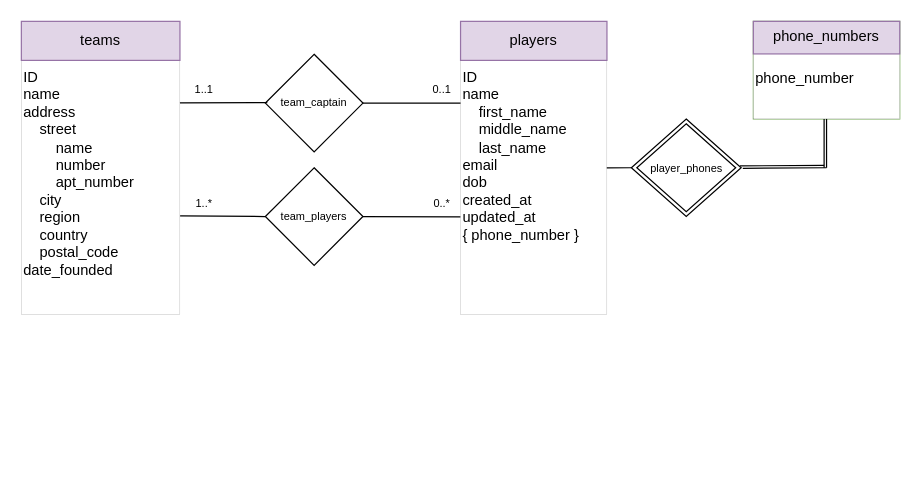
Above: Untitled Diagram.drawio in sureninnorise/DB_DIAGRAMS (draw.io), before the change. Source tidied: cells renumbered, new cells numbered last; positions are measured from the earlier drawing's top-left corner, leaving out a move shared by most shapes. Both pictures are drawn from the tidied source at 122%, with x=0, y=0 at pixel (21, 21).
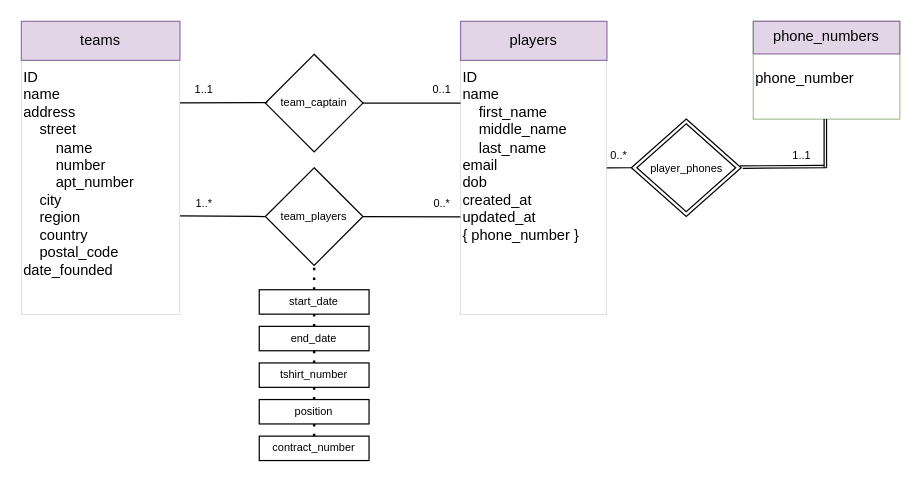
The same page after the edit.

The change refers to these unchanged cells:
```xml
<mxCell id="7" style="group;" parent="1" vertex="1">
  <mxGeometry width="130" height="240" as="geometry" />
</mxCell>
<mxCell id="30" value="team_players" style="rhombus;whiteSpace=wrap;html=1;fontSize=9;strokeWidth=1;align=center;verticalAlign=middle;" parent="1" vertex="1">
  <mxGeometry x="200" y="120" width="80" height="80" as="geometry" />
</mxCell>
```

Diff of the diagram source:
```diff
@@
-    <mxCell id="11" value="ID&lt;br&gt;name&lt;br&gt;address&lt;br&gt;&amp;nbsp; &amp;nbsp; street&lt;br&gt;&amp;nbsp; &amp;nbsp; &amp;nbsp; &amp;nbsp; name&lt;br&gt;&lt;span&gt;&lt;/span&gt;&lt;span&gt;&lt;/span&gt;&amp;nbsp; &amp;nbsp; &amp;nbsp; &amp;nbsp;&amp;nbsp;number&lt;br&gt;&lt;span&gt;&lt;/span&gt;&lt;span&gt;&lt;/span&gt;&amp;nbsp; &amp;nbsp; &amp;nbsp; &amp;nbsp;&amp;nbsp;apt_number&lt;br&gt;&lt;span&gt;&lt;/span&gt;&amp;nbsp; &amp;nbsp;&amp;nbsp;city&lt;span&gt;&#9;&lt;/span&gt;&lt;br&gt;&lt;span&gt;&lt;/span&gt;&amp;nbsp; &amp;nbsp;&amp;nbsp;region&lt;br&gt;&lt;span&gt;&lt;/span&gt;&amp;nbsp; &amp;nbsp;&amp;nbsp;country&lt;br&gt;&lt;span&gt;&lt;/span&gt;&amp;nbsp; &amp;nbsp;&amp;nbsp;postal_code&lt;br&gt;date_founded" style="text;html=1;strokeColor=none;fillColor=none;align=left;verticalAlign=top;whiteSpace=wrap;rounded=0;" parent="7" vertex="1">
+    <mxCell id="11" value="ID&lt;br&gt;name&lt;br&gt;address&lt;br&gt;&amp;nbsp; &amp;nbsp; street&lt;br&gt;&amp;nbsp; &amp;nbsp; &amp;nbsp; &amp;nbsp; name&lt;br&gt;&lt;span&gt;&lt;/span&gt;&lt;span&gt;&lt;/span&gt;&amp;nbsp; &amp;nbsp; &amp;nbsp; &amp;nbsp;&amp;nbsp;number&lt;br&gt;&lt;span&gt;&lt;/span&gt;&lt;span&gt;&lt;/span&gt;&amp;nbsp; &amp;nbsp; &amp;nbsp; &amp;nbsp;&amp;nbsp;apt_number&lt;br&gt;&lt;span&gt;&lt;/span&gt;&amp;nbsp; &amp;nbsp;&amp;nbsp;city&lt;span&gt; &lt;/span&gt;&lt;br&gt;&lt;span&gt;&lt;/span&gt;&amp;nbsp; &amp;nbsp;&amp;nbsp;region&lt;br&gt;&lt;span&gt;&lt;/span&gt;&amp;nbsp; &amp;nbsp;&amp;nbsp;country&lt;br&gt;&lt;span&gt;&lt;/span&gt;&amp;nbsp; &amp;nbsp;&amp;nbsp;postal_code&lt;br&gt;date_founded" style="text;html=1;strokeColor=none;fillColor=none;align=left;verticalAlign=top;whiteSpace=wrap;rounded=0;" parent="7" vertex="1">
       <mxGeometry y="32" width="130" height="208" as="geometry" />
     </mxCell>
@@
+    <mxCell id="35" value="0..*" style="text;html=1;strokeColor=none;fillColor=none;align=center;verticalAlign=middle;whiteSpace=wrap;rounded=0;fontSize=9;" parent="1" vertex="1">
+      <mxGeometry x="480" y="100" width="20" height="20" as="geometry" />
+    </mxCell>
+    <mxCell id="36" value="1..1" style="text;html=1;strokeColor=none;fillColor=none;align=center;verticalAlign=middle;whiteSpace=wrap;rounded=0;fontSize=9;" parent="1" vertex="1">
+      <mxGeometry x="630" y="100" width="20" height="20" as="geometry" />
+    </mxCell>
+    <mxCell id="37" value="start_date" style="rounded=0;whiteSpace=wrap;html=1;fontSize=9;strokeWidth=1;align=center;verticalAlign=middle;" parent="1" vertex="1">
+      <mxGeometry x="195" y="220" width="90" height="20" as="geometry" />
+    </mxCell>
+    <mxCell id="38" style="endArrow=none;dashed=1;html=1;dashPattern=1 3;strokeWidth=2;rounded=0;fontSize=9;entryX=0.5;entryY=1;entryDx=0;entryDy=0;exitX=0.5;exitY=0;exitDx=0;exitDy=0;" parent="1" edge="1" source="37" target="30">
+      <mxGeometry relative="1" as="geometry" />
+    </mxCell>
+    <mxCell id="39" value="end_date" style="rounded=0;whiteSpace=wrap;html=1;fontSize=9;strokeWidth=1;align=center;verticalAlign=middle;" parent="1" vertex="1">
+      <mxGeometry x="195" y="250" width="90" height="20" as="geometry" />
+    </mxCell>
+    <mxCell id="40" style="endArrow=none;dashed=1;html=1;dashPattern=1 3;strokeWidth=2;rounded=0;fontSize=9;entryX=0.5;entryY=1;entryDx=0;entryDy=0;exitX=0.5;exitY=0;exitDx=0;exitDy=0;" parent="1" edge="1" source="39">
+      <mxGeometry relative="1" as="geometry">
+        <mxPoint x="240" y="240" as="targetPoint" />
+      </mxGeometry>
+    </mxCell>
+    <mxCell id="41" value="tshirt_number" style="rounded=0;whiteSpace=wrap;html=1;fontSize=9;strokeWidth=1;align=center;verticalAlign=middle;" parent="1" vertex="1">
+      <mxGeometry x="195" y="280" width="90" height="20" as="geometry" />
+    </mxCell>
+    <mxCell id="42" style="endArrow=none;dashed=1;html=1;dashPattern=1 3;strokeWidth=2;rounded=0;fontSize=9;entryX=0.5;entryY=1;entryDx=0;entryDy=0;" parent="1" edge="1" target="39">
+      <mxGeometry relative="1" as="geometry">
+        <mxPoint x="240" y="280" as="sourcePoint" />
+      </mxGeometry>
+    </mxCell>
+    <mxCell id="43" value="position" style="rounded=0;whiteSpace=wrap;html=1;fontSize=9;strokeWidth=1;align=center;verticalAlign=middle;" parent="1" vertex="1">
+      <mxGeometry x="195" y="310" width="90" height="20" as="geometry" />
+    </mxCell>
+    <mxCell id="44" style="endArrow=none;dashed=1;html=1;dashPattern=1 3;strokeWidth=2;rounded=0;fontSize=9;entryX=0.5;entryY=1;entryDx=0;entryDy=0;" parent="1" edge="1">
+      <mxGeometry relative="1" as="geometry">
+        <mxPoint x="240" y="310" as="sourcePoint" />
+        <mxPoint x="240" y="300" as="targetPoint" />
+      </mxGeometry>
+    </mxCell>
+    <mxCell id="45" value="contract_number" style="rounded=0;whiteSpace=wrap;html=1;fontSize=9;strokeWidth=1;align=center;verticalAlign=middle;" parent="1" vertex="1">
+      <mxGeometry x="195" y="340" width="90" height="20" as="geometry" />
+    </mxCell>
+    <mxCell id="46" style="endArrow=none;dashed=1;html=1;dashPattern=1 3;strokeWidth=2;rounded=0;fontSize=9;entryX=0.5;entryY=1;entryDx=0;entryDy=0;" parent="1" edge="1">
+      <mxGeometry relative="1" as="geometry">
+        <mxPoint x="240" y="340" as="sourcePoint" />
+        <mxPoint x="240" y="330" as="targetPoint" />
+      </mxGeometry>
+    </mxCell>
```
